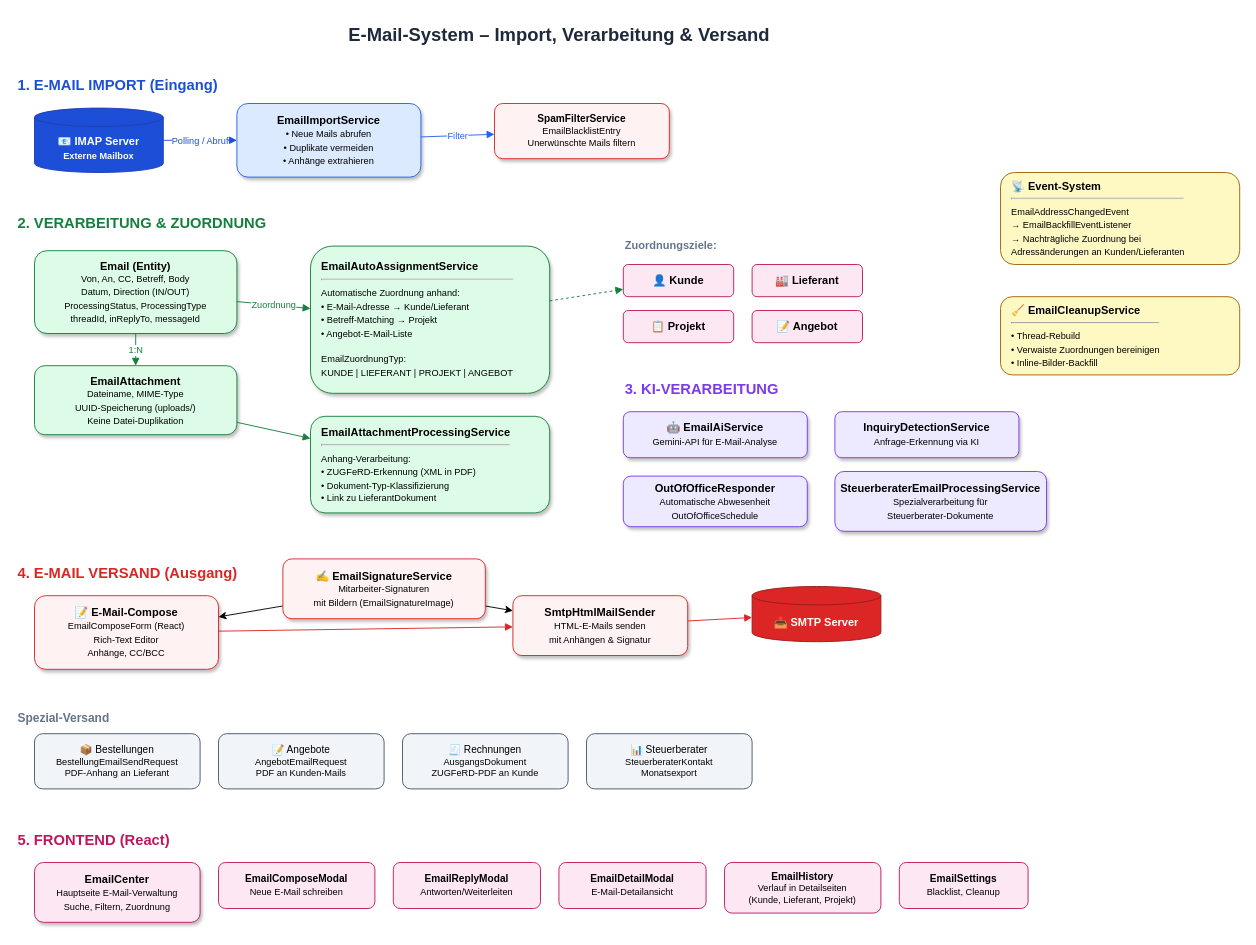
This is docs/Dokumentation/03_Email_System.drawio from Winfo2024Kuhn/ERP-System-fuer-Handwerksbetriebe, a draw.io file, before an edit. Source tidied: cells renumbered, new cells numbered last; positions are measured from the earlier drawing's top-left corner, leaving out a move shared by most shapes. Both pictures are drawn from the tidied source at 92%, with x=0, y=0 at pixel (16, 16).
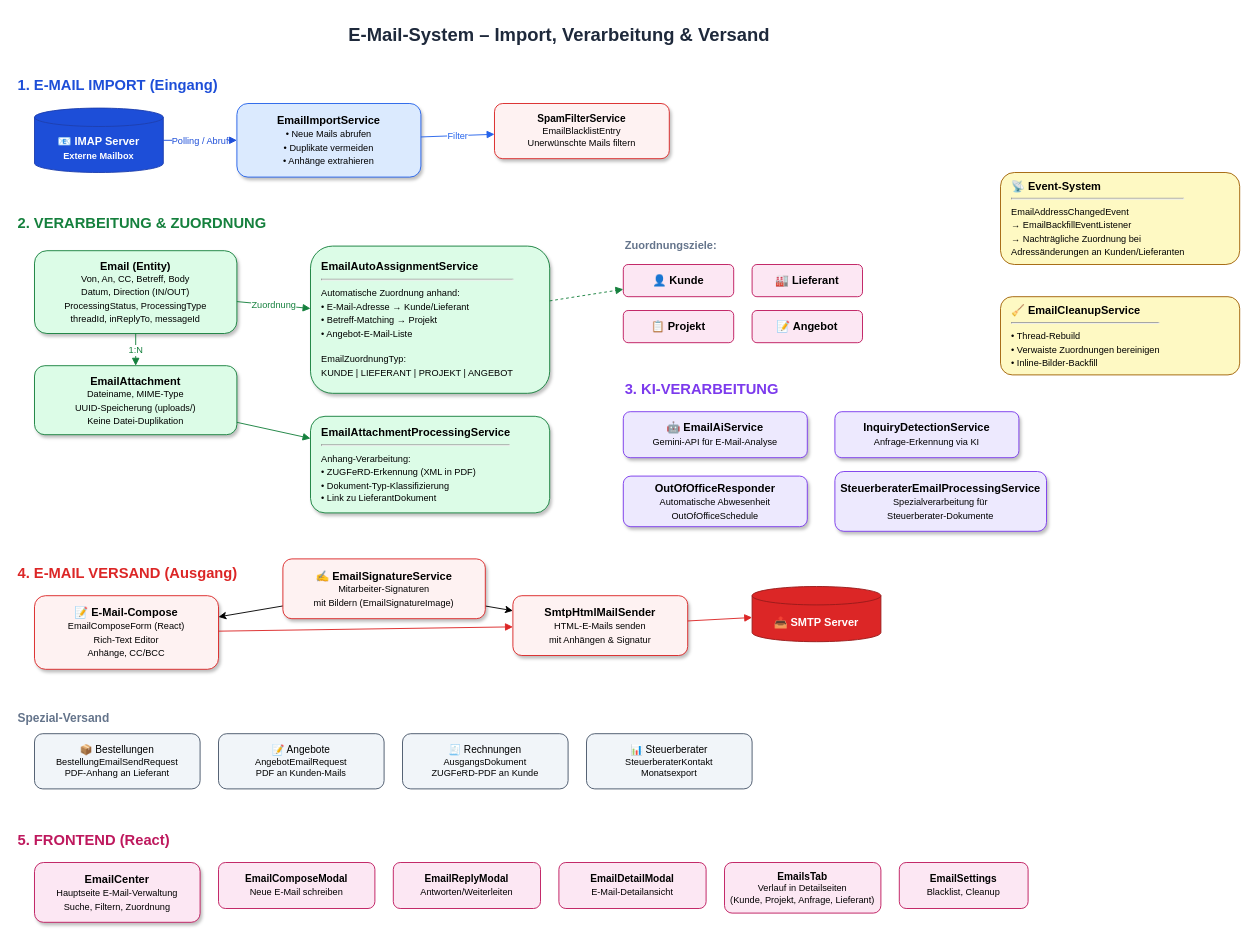
Above is the later version.

Commit message (it also covers changes not shown here):
chore(cleanup): drop unused mobile CSS variables and stale EmailHistory notes

The edit, as a diff of the source:
```diff
@@
-    <mxCell id="47" value="&lt;b&gt;EmailHistory&lt;/b&gt;&lt;br&gt;&lt;font style=&quot;font-size:10px&quot;&gt;Verlauf in Detailseiten&lt;br&gt;(Kunde, Lieferant, Projekt)&lt;/font&gt;" style="rounded=1;whiteSpace=wrap;html=1;fillColor=#fce7f3;strokeColor=#be185d;fontSize=11;" parent="1" vertex="1">
+    <mxCell id="47" value="&lt;b&gt;EmailsTab&lt;/b&gt;&lt;br&gt;&lt;font style=&quot;font-size:10px&quot;&gt;Verlauf in Detailseiten&lt;br&gt;(Kunde, Projekt, Anfrage, Lieferant)&lt;/font&gt;" style="rounded=1;whiteSpace=wrap;html=1;fillColor=#fce7f3;strokeColor=#be185d;fontSize=11;" parent="1" vertex="1">
       <mxGeometry x="770" y="920" width="170" height="55" as="geometry" />
     </mxCell>
```
